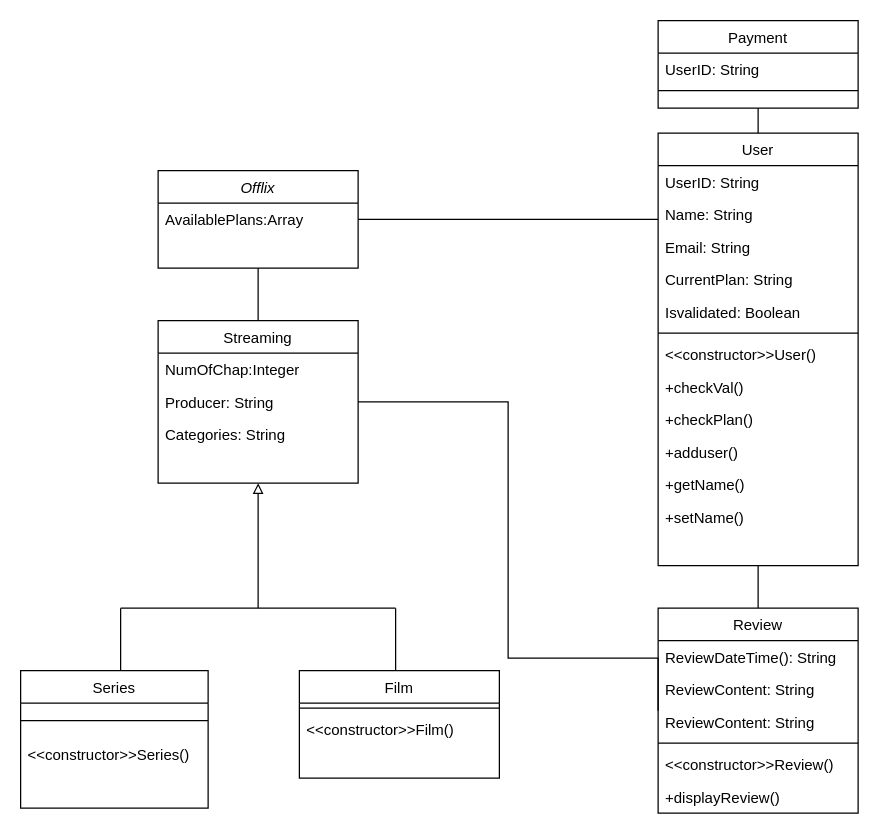
Above: GroupAssignment.drawio in LordDdanielHan/test (draw.io), before the change. Source tidied: cells renumbered, new cells numbered last; positions are measured from the earlier drawing's top-left corner, leaving out a move shared by most shapes. Both pictures are drawn from the tidied source at 125%, with x=0, y=0 at pixel (20, 20).
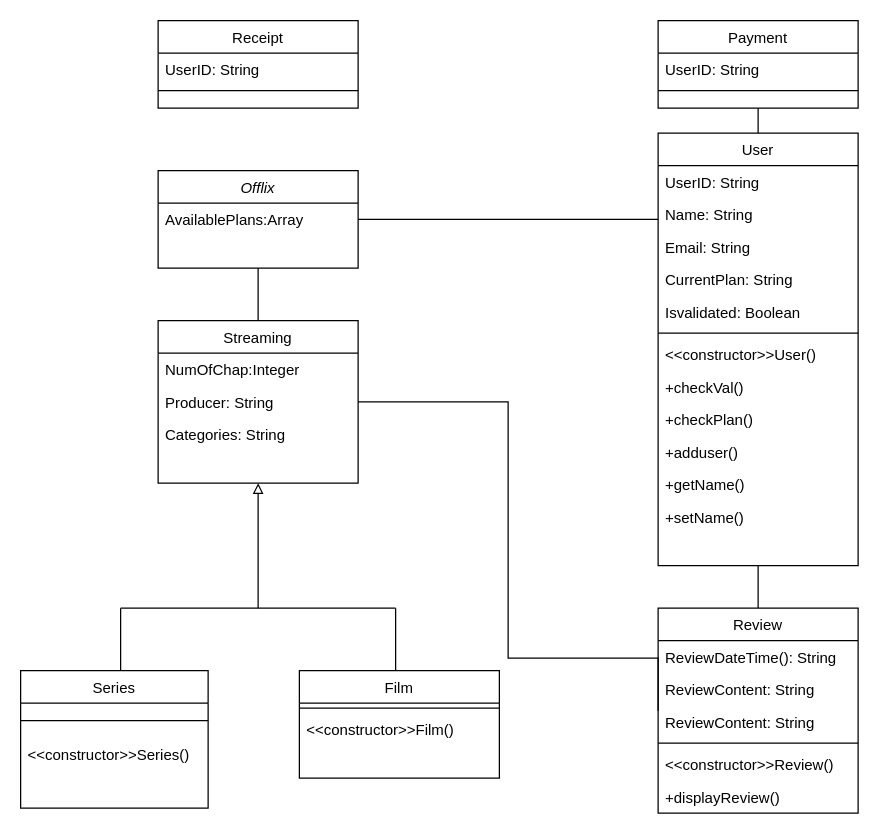
After the change.

Diff of the diagram source:
```diff
@@
+    <mxCell id="48" value="Receipt" style="swimlane;fontStyle=0;align=center;verticalAlign=top;horizontal=1;startSize=26;rounded=0;shadow=0;strokeWidth=1;" parent="1" vertex="1">
+      <mxGeometry x="110" width="160" height="70" as="geometry" />
+    </mxCell>
+    <mxCell id="49" value="UserID: String" style="text;align=left;verticalAlign=top;spacingLeft=4;spacingRight=4;overflow=hidden;" parent="48" vertex="1">
+      <mxGeometry y="26" width="160" height="26" as="geometry" />
+    </mxCell>
+    <mxCell id="50" style="line;html=1;strokeWidth=1;align=left;verticalAlign=middle;spacingTop=-1;spacingLeft=3;spacingRight=3;labelPosition=right;" parent="48" vertex="1">
+      <mxGeometry y="52" width="160" height="8" as="geometry" />
+    </mxCell>
```
